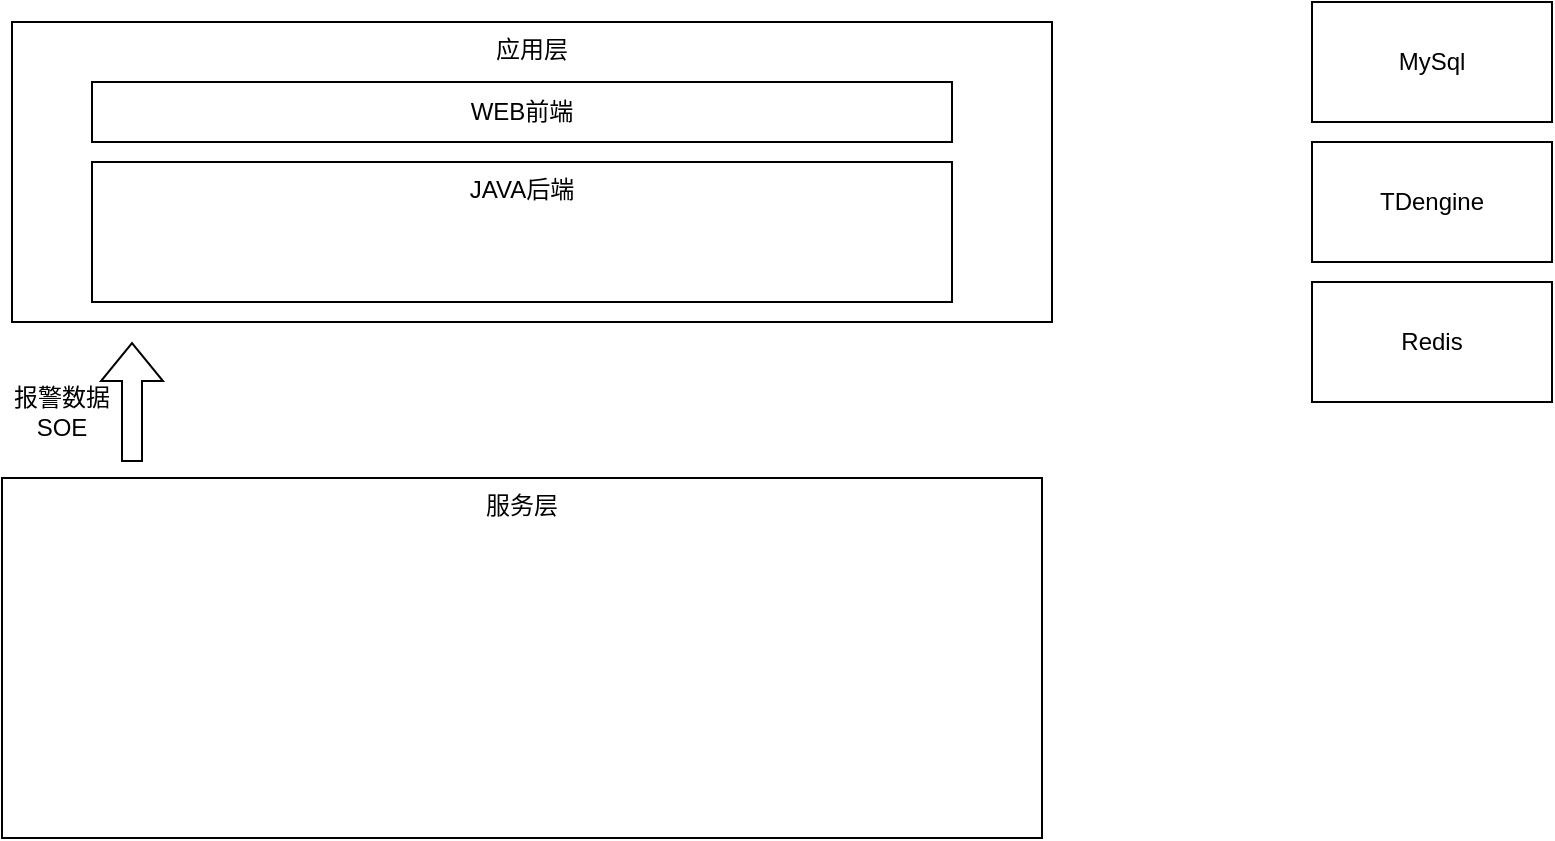
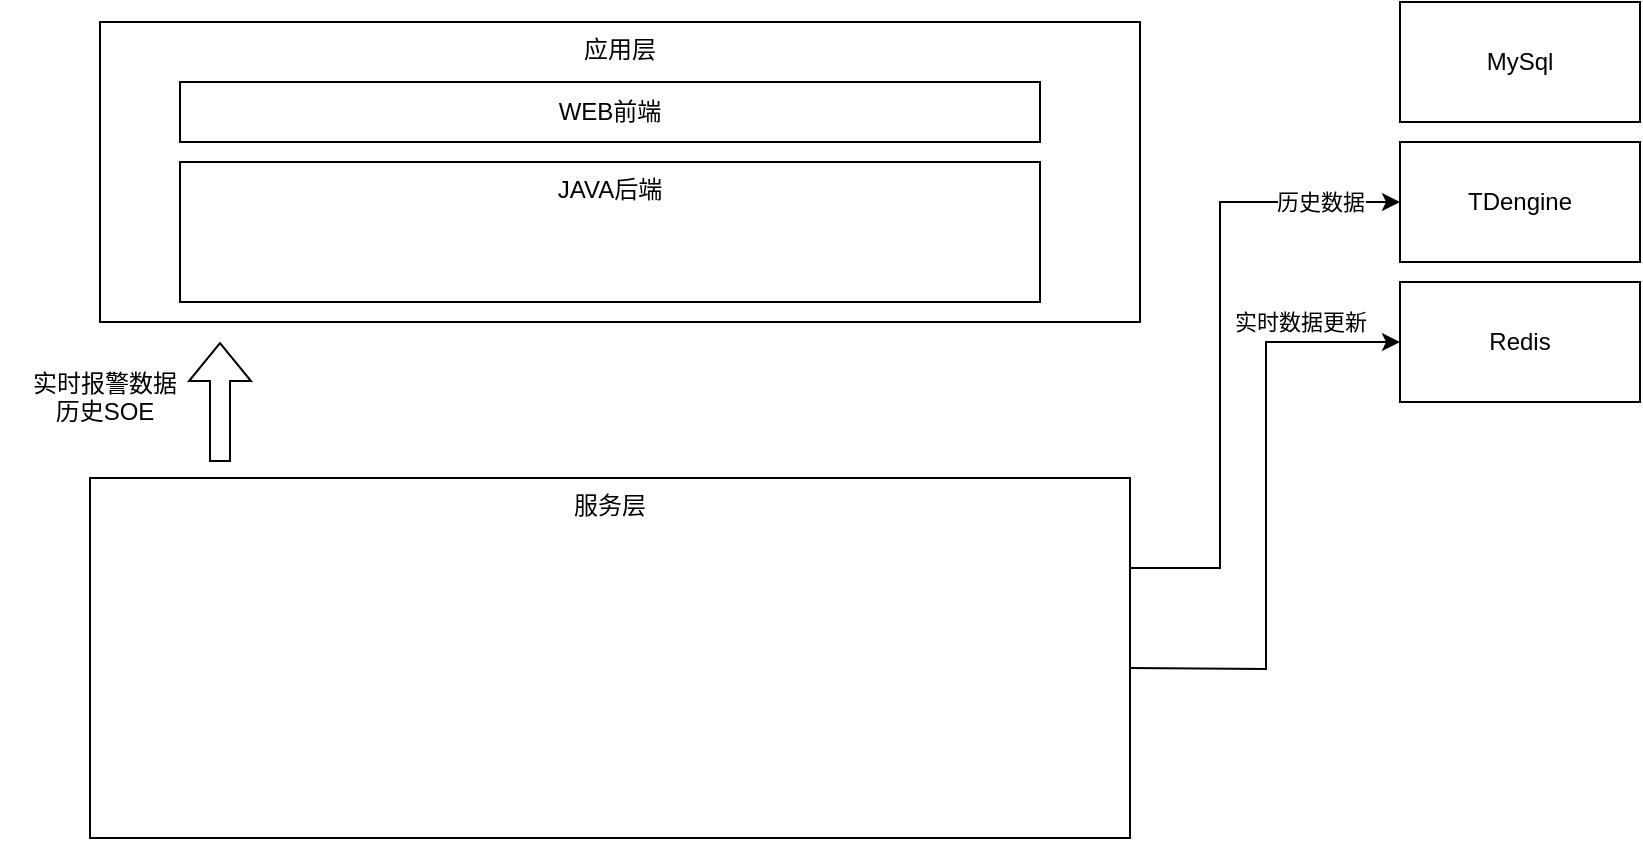
<mxfile host="app.diagrams.net">
  <diagram name="第 1 页" id="pox43T1xOEXjTd9FCBCb">
    <mxGraphModel dx="1030" dy="571" grid="1" gridSize="10" guides="1" tooltips="1" connect="1" arrows="1" fold="1" page="1" pageScale="1" pageWidth="827" pageHeight="1169" math="0" shadow="0">
      <root>
        <mxCell id="0" />
        <mxCell id="1" parent="0" />
        <mxCell id="rKJJU_Trjp2D-k5HkyLU-1" parent="1" style="rounded=0;whiteSpace=wrap;html=1;verticalAlign=top;" value="应用层" vertex="1">
          <mxGeometry height="150" width="520" x="80" y="140" as="geometry" />
        </mxCell>
        <mxCell id="rKJJU_Trjp2D-k5HkyLU-2" parent="1" style="rounded=0;whiteSpace=wrap;html=1;" value="WEB前端" vertex="1">
          <mxGeometry height="30" width="430" x="120" y="170" as="geometry" />
        </mxCell>
        <mxCell id="rKJJU_Trjp2D-k5HkyLU-4" parent="1" style="rounded=0;whiteSpace=wrap;html=1;verticalAlign=top;" value="JAVA后端" vertex="1">
          <mxGeometry height="70" width="430" x="120" y="210" as="geometry" />
+         </mxCell>
+         <mxCell id="xMZXzjuvX-VrFNcZFtR1-2" edge="1" parent="1" style="edgeStyle=orthogonalEdgeStyle;rounded=0;orthogonalLoop=1;jettySize=auto;html=1;exitX=1;exitY=0.25;exitDx=0;exitDy=0;entryX=0;entryY=0.5;entryDx=0;entryDy=0;" target="rKJJU_Trjp2D-k5HkyLU-8">
+           <mxGeometry relative="1" as="geometry">
+             <mxPoint x="595" y="463" as="sourcePoint" />
+             <mxPoint x="730" y="350" as="targetPoint" />
+           </mxGeometry>
+         </mxCell>
+         <mxCell id="xMZXzjuvX-VrFNcZFtR1-3" connectable="0" parent="xMZXzjuvX-VrFNcZFtR1-2" style="edgeLabel;html=1;align=center;verticalAlign=middle;resizable=0;points=[];" value="实时数据更新" vertex="1">
+           <mxGeometry relative="1" x="0.1073" as="geometry">
+             <mxPoint x="17" y="-76" as="offset" />
+           </mxGeometry>
        </mxCell>
        <mxCell id="rKJJU_Trjp2D-k5HkyLU-5" parent="1" style="rounded=0;whiteSpace=wrap;html=1;verticalAlign=top;" value="服务层" vertex="1">
          <mxGeometry height="180" width="520" x="75" y="368" as="geometry" />
        </mxCell>
        <mxCell id="rKJJU_Trjp2D-k5HkyLU-6" parent="1" style="rounded=0;whiteSpace=wrap;html=1;" value="MySql" vertex="1">
          <mxGeometry height="60" width="120" x="730" y="130" as="geometry" />
        </mxCell>
        <mxCell id="rKJJU_Trjp2D-k5HkyLU-7" parent="1" style="rounded=0;whiteSpace=wrap;html=1;" value="TDengine" vertex="1">
          <mxGeometry height="60" width="120" x="730" y="200" as="geometry" />
        </mxCell>
        <mxCell id="rKJJU_Trjp2D-k5HkyLU-8" parent="1" style="rounded=0;whiteSpace=wrap;html=1;" value="Redis" vertex="1">
          <mxGeometry height="60" width="120" x="730" y="270" as="geometry" />
        </mxCell>
        <mxCell id="rKJJU_Trjp2D-k5HkyLU-9" edge="1" parent="1" style="shape=flexArrow;endArrow=classic;html=1;rounded=0;" value="">
          <mxGeometry height="50" relative="1" width="50" as="geometry">
            <mxPoint x="140" y="360" as="sourcePoint" />
            <mxPoint x="140" y="300" as="targetPoint" />
          </mxGeometry>
        </mxCell>
-         <mxCell id="rKJJU_Trjp2D-k5HkyLU-10" parent="1" style="text;html=1;whiteSpace=wrap;strokeColor=none;fillColor=none;align=center;verticalAlign=middle;rounded=0;" value="&lt;div&gt;报警数据&lt;/div&gt;&lt;div&gt;SOE&lt;/div&gt;" vertex="1">
-           <mxGeometry height="30" width="60" x="75" y="320" as="geometry" />
+         <mxCell id="rKJJU_Trjp2D-k5HkyLU-10" parent="1" style="text;html=1;whiteSpace=wrap;strokeColor=none;fillColor=none;align=center;verticalAlign=middle;rounded=0;" value="&lt;div&gt;实时报警数据&lt;/div&gt;&lt;div&gt;历史SOE&lt;/div&gt;&lt;div&gt;&lt;br&gt;&lt;/div&gt;" vertex="1">
+           <mxGeometry height="30" width="105" x="30" y="320" as="geometry" />
+         </mxCell>
+         <mxCell id="xMZXzjuvX-VrFNcZFtR1-4" edge="1" parent="1" source="rKJJU_Trjp2D-k5HkyLU-5" style="edgeStyle=orthogonalEdgeStyle;rounded=0;orthogonalLoop=1;jettySize=auto;html=1;exitX=1;exitY=0.25;exitDx=0;exitDy=0;entryX=0;entryY=0.5;entryDx=0;entryDy=0;" target="rKJJU_Trjp2D-k5HkyLU-7">
+           <mxGeometry relative="1" as="geometry">
+             <Array as="points">
+               <mxPoint x="640" y="413" />
+               <mxPoint x="640" y="230" />
+             </Array>
+             <mxPoint x="700" y="593" as="sourcePoint" />
+             <mxPoint x="835" y="430" as="targetPoint" />
+           </mxGeometry>
+         </mxCell>
+         <mxCell id="xMZXzjuvX-VrFNcZFtR1-5" connectable="0" parent="xMZXzjuvX-VrFNcZFtR1-4" style="edgeLabel;html=1;align=center;verticalAlign=middle;resizable=0;points=[];" value="历史数据" vertex="1">
+           <mxGeometry relative="1" x="0.1073" as="geometry">
+             <mxPoint x="50" y="-52" as="offset" />
+           </mxGeometry>
        </mxCell>
      </root>
    </mxGraphModel>
  </diagram>
</mxfile>
